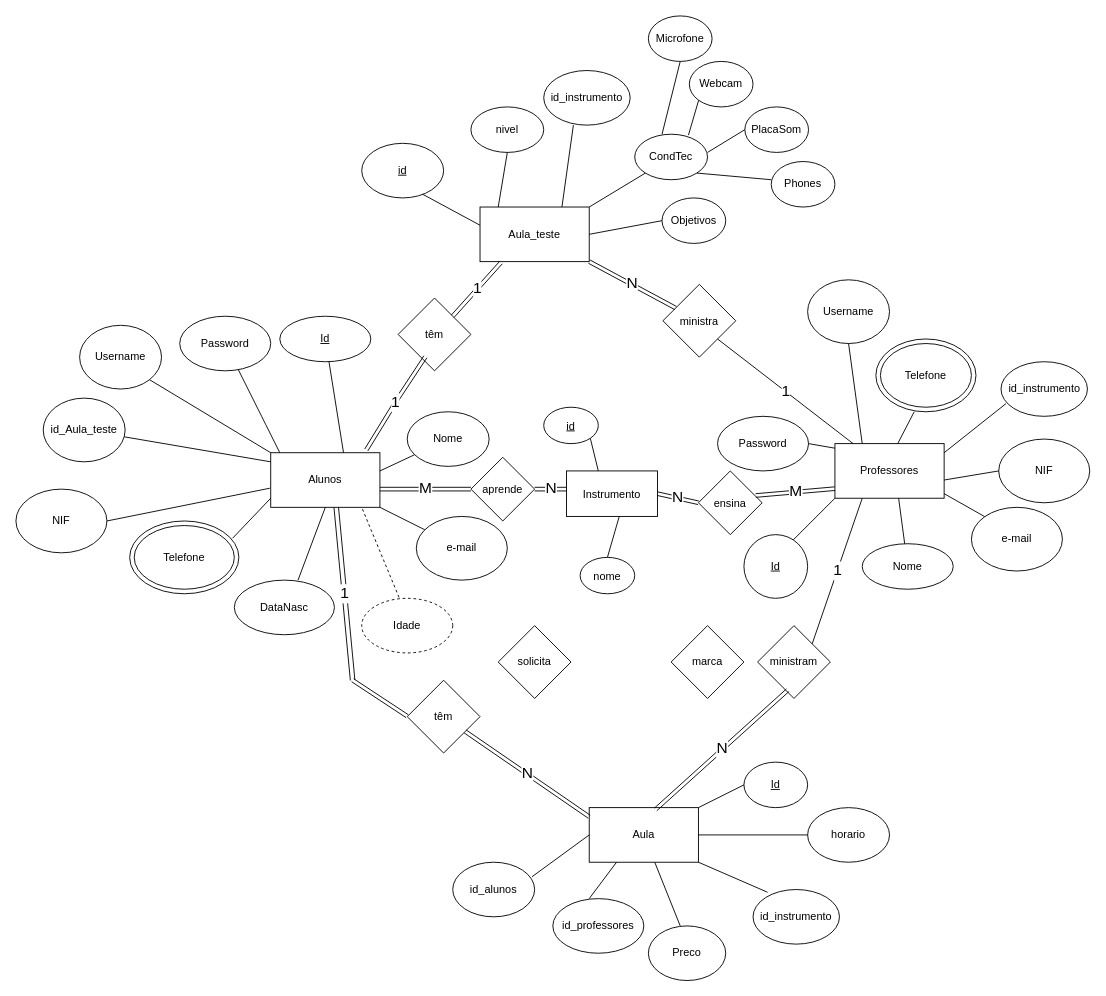
Before: Modelo_inicial.drawio in brenexvex/firstproject, a draw.io diagram. Source tidied: cells renumbered, new cells numbered last; positions are measured from the earlier drawing's top-left corner, leaving out a move shared by most shapes. Both pictures are drawn from the tidied source at 91%, with x=0, y=0 at pixel (15, 15).
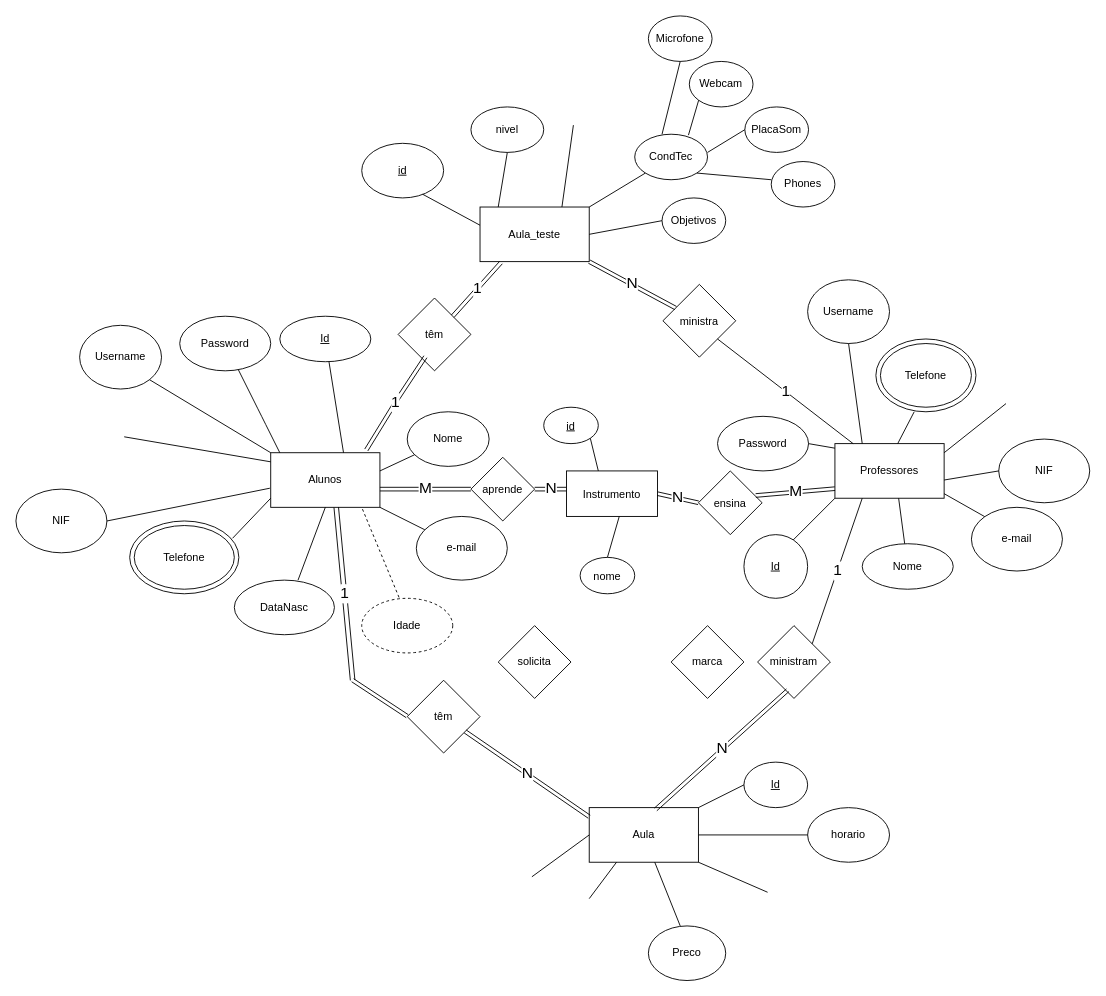
Above is the later version.

The change refers to these unchanged cells:
```xml
<mxCell id="25" value="Aula" style="rounded=0;whiteSpace=wrap;html=1;" parent="1" vertex="1">
  <mxGeometry x="630" y="870" width="120" height="60" as="geometry" />
</mxCell>
```

What changed in the source:
```diff
@@
-    <mxCell id="42" value="id_alunos" style="ellipse;whiteSpace=wrap;html=1;" parent="1" vertex="1">
-      <mxGeometry x="480" y="930" width="90" height="60" as="geometry" />
-    </mxCell>
-    <mxCell id="43" value="id_professores" style="ellipse;whiteSpace=wrap;html=1;" parent="1" vertex="1">
-      <mxGeometry x="590" y="970" width="100" height="60" as="geometry" />
-    </mxCell>
-    <mxCell id="44" style="endArrow=none;html=1;exitX=0.967;exitY=0.267;exitDx=0;exitDy=0;exitPerimeter=0;" parent="1" edge="1" source="42">
+    <mxCell id="44" style="endArrow=none;html=1;exitX=0.967;exitY=0.267;exitDx=0;exitDy=0;exitPerimeter=0;" parent="1" edge="1">
       <mxGeometry relative="1" as="geometry">
+        <mxPoint x="567" y="946" as="sourcePoint" />
         <mxPoint x="630" y="900" as="targetPoint" />
       </mxGeometry>
     </mxCell>
@@
-    <mxCell id="56" value="id_Aula_teste" style="ellipse;whiteSpace=wrap;html=1;" parent="1" vertex="1">
-      <mxGeometry x="30" y="420" width="90" height="70" as="geometry" />
-    </mxCell>
-    <mxCell id="57" style="endArrow=none;html=1;" parent="1" edge="1" source="56">
+    <mxCell id="57" style="endArrow=none;html=1;" parent="1" edge="1">
       <mxGeometry relative="1" as="geometry">
+        <mxPoint x="119" y="462.5" as="sourcePoint" />
         <mxPoint x="280" y="490" as="targetPoint" />
       </mxGeometry>
     </mxCell>
@@
-    <mxCell id="60" value="id_instrumento" style="ellipse;whiteSpace=wrap;html=1;" parent="1" vertex="1">
-      <mxGeometry x="580" y="60" width="95" height="60" as="geometry" />
-    </mxCell>
-    <mxCell id="61" style="endArrow=none;html=1;entryX=0.343;entryY=1;entryDx=0;entryDy=0;entryPerimeter=0;" parent="1" edge="1" target="60">
+    <mxCell id="61" style="endArrow=none;html=1;entryX=0.343;entryY=1;entryDx=0;entryDy=0;entryPerimeter=0;" parent="1" edge="1">
       <mxGeometry relative="1" as="geometry">
         <mxPoint x="600" y="210" as="sourcePoint" />
+        <mxPoint x="612.6" y="120" as="targetPoint" />
       </mxGeometry>
     </mxCell>
@@
-    <mxCell id="94" value="id_instrumento" style="ellipse;whiteSpace=wrap;html=1;" parent="1" vertex="1">
-      <mxGeometry x="810" y="960" width="95" height="60" as="geometry" />
-    </mxCell>
-    <mxCell id="95" value="id_instrumento" style="ellipse;whiteSpace=wrap;html=1;" parent="1" vertex="1">
-      <mxGeometry x="1082.5" y="380" width="95" height="60" as="geometry" />
-    </mxCell>
-    <mxCell id="96" style="endArrow=none;html=1;fontSize=17;exitX=1;exitY=1;exitDx=0;exitDy=0;entryX=0.168;entryY=0.05;entryDx=0;entryDy=0;entryPerimeter=0;" parent="1" edge="1" source="25" target="94">
-      <mxGeometry relative="1" as="geometry" />
+    <mxCell id="96" style="endArrow=none;html=1;fontSize=17;exitX=1;exitY=1;exitDx=0;exitDy=0;entryX=0.168;entryY=0.05;entryDx=0;entryDy=0;entryPerimeter=0;" parent="1" edge="1" source="25">
+      <mxGeometry relative="1" as="geometry">
+        <mxPoint x="826" y="963" as="targetPoint" />
+      </mxGeometry>
     </mxCell>
-    <mxCell id="97" style="endArrow=none;html=1;fontSize=17;entryX=0.058;entryY=0.767;entryDx=0;entryDy=0;entryPerimeter=0;" parent="1" edge="1" target="95">
+    <mxCell id="97" style="endArrow=none;html=1;fontSize=17;entryX=0.058;entryY=0.767;entryDx=0;entryDy=0;entryPerimeter=0;" parent="1" edge="1">
       <mxGeometry relative="1" as="geometry">
         <mxPoint x="1020" y="480" as="sourcePoint" />
+        <mxPoint x="1088" y="426" as="targetPoint" />
       </mxGeometry>
     </mxCell>
```
